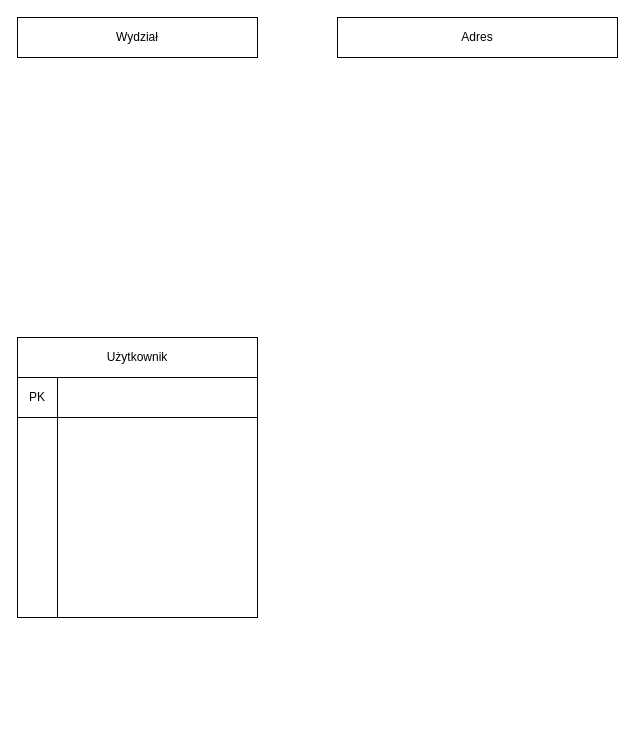
DarkTemplar1/rbd_lab_tasks keeps this draw.io diagram as lab01/Untitled Diagram.drawio. Above is the earlier version. Source tidied: cells renumbered, new cells numbered last; positions are measured from the earlier drawing's top-left corner, leaving out a move shared by most shapes. Both pictures are drawn from the tidied source at 100%, with x=0, y=0 at pixel (17, 17).
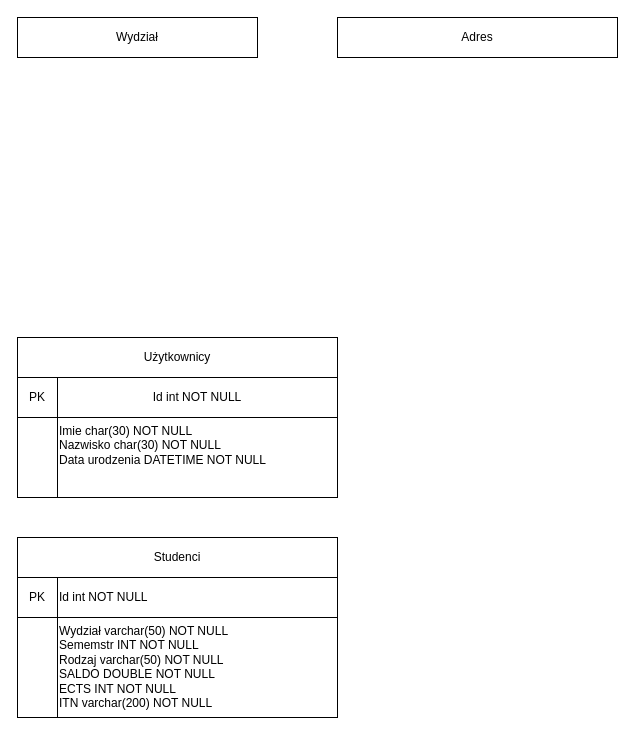
The same page after the edit.

Change to the diagram source:
```diff
@@
 <mxGraphModel>
   <root>
     <mxCell id="0" />
     <mxCell id="1" parent="0" />
     <mxCell id="2" value="Wydział" style="rounded=0;whiteSpace=wrap;html=1;" parent="1" vertex="1">
       <mxGeometry width="240" height="40" as="geometry" />
     </mxCell>
     <mxCell id="3" value="Adres&lt;br&gt;" style="rounded=0;whiteSpace=wrap;html=1;" parent="1" vertex="1">
       <mxGeometry x="320" width="280" height="40" as="geometry" />
     </mxCell>
-    <mxCell id="4" value="Użytkownik" style="rounded=0;whiteSpace=wrap;html=1;" parent="1" vertex="1">
-      <mxGeometry y="320" width="240" height="40" as="geometry" />
+    <mxCell id="4" value="Użytkownicy" style="rounded=0;whiteSpace=wrap;html=1;" parent="1" vertex="1">
+      <mxGeometry y="320" width="320" height="40" as="geometry" />
     </mxCell>
     <mxCell id="5" value="PK" style="rounded=0;whiteSpace=wrap;html=1;" parent="1" vertex="1">
       <mxGeometry y="360" width="40" height="40" as="geometry" />
     </mxCell>
-    <mxCell id="6" style="rounded=0;whiteSpace=wrap;html=1;" parent="1" vertex="1">
-      <mxGeometry x="40" y="360" width="200" height="40" as="geometry" />
+    <mxCell id="6" value="Id int NOT NULL" style="rounded=0;whiteSpace=wrap;html=1;" parent="1" vertex="1">
+      <mxGeometry x="40" y="360" width="280" height="40" as="geometry" />
     </mxCell>
     <mxCell id="7" style="rounded=0;whiteSpace=wrap;html=1;" parent="1" vertex="1">
-      <mxGeometry y="400" width="40" height="200" as="geometry" />
+      <mxGeometry y="400" width="40" height="80" as="geometry" />
     </mxCell>
-    <mxCell id="8" style="rounded=0;whiteSpace=wrap;html=1;" parent="1" vertex="1">
-      <mxGeometry x="40" y="400" width="200" height="200" as="geometry" />
+    <mxCell id="8" value="Imie char(30) NOT NULL&lt;br&gt;Nazwisko char(30) NOT NULL&lt;br&gt;Data urodzenia DATETIME NOT NULL" style="rounded=0;whiteSpace=wrap;html=1;verticalAlign=top;align=left;" parent="1" vertex="1">
+      <mxGeometry x="40" y="400" width="280" height="80" as="geometry" />
     </mxCell>
+    <mxCell id="9" value="Studenci" style="rounded=0;whiteSpace=wrap;html=1;" parent="1" vertex="1">
+      <mxGeometry y="520" width="320" height="40" as="geometry" />
+    </mxCell>
+    <mxCell id="10" value="Wydział varchar(50) NOT NULL&lt;br&gt;Sememstr INT NOT NULL&lt;br&gt;Rodzaj varchar(50) NOT NULL&lt;br&gt;SALDO DOUBLE NOT NULL&amp;nbsp;&lt;br&gt;ECTS INT NOT NULL&lt;br&gt;ITN varchar(200) NOT NULL" style="rounded=0;whiteSpace=wrap;html=1;verticalAlign=top;align=left;" parent="1" vertex="1">
+      <mxGeometry x="40" y="600" width="280" height="100" as="geometry" />
+    </mxCell>
+    <mxCell id="11" value="PK" style="rounded=0;whiteSpace=wrap;html=1;" parent="1" vertex="1">
+      <mxGeometry y="560" width="40" height="40" as="geometry" />
+    </mxCell>
+    <mxCell id="12" value="Id int NOT NULL" style="rounded=0;whiteSpace=wrap;html=1;align=left;" parent="1" vertex="1">
+      <mxGeometry x="40" y="560" width="280" height="40" as="geometry" />
+    </mxCell>
+    <mxCell id="13" style="rounded=0;whiteSpace=wrap;html=1;" parent="1" vertex="1">
+      <mxGeometry y="600" width="40" height="100" as="geometry" />
+    </mxCell>
   </root>
 </mxGraphModel>
```
